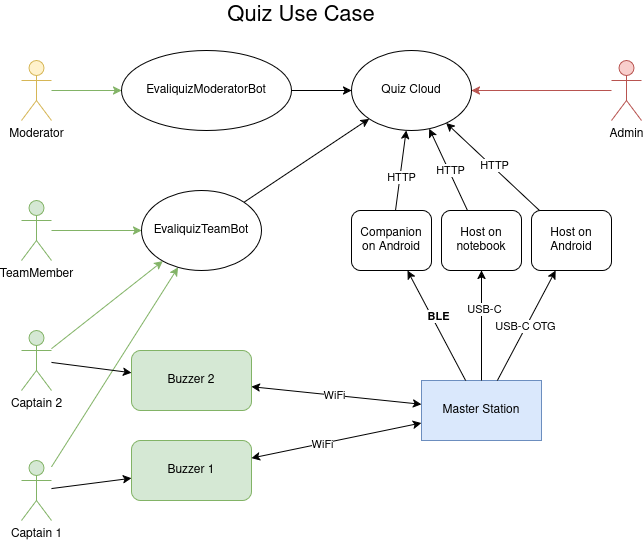
Above: diagrams/Evaliquiz-System.drawio.png in QuizClash/info-design (draw.io), before the change. Source tidied: cells renumbered, new cells last; positions are measured from the earlier drawing's top-left corner, leaving out a move shared by most shapes.
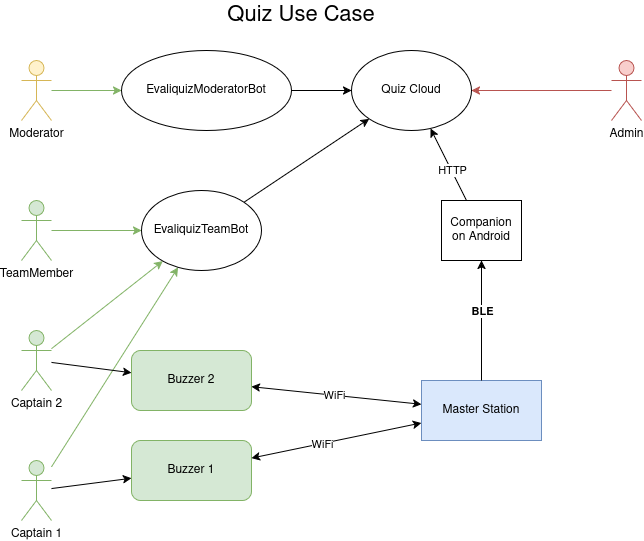
The same diagram one commit later.

What changed in the source:
```diff
@@ -44,8 +44,8 @@
     <mxCell id="15" style="endArrow=classic;html=1;rounded=0;fillColor=#d5e8d4;strokeColor=#82b366;" parent="1" edge="1" source="14" target="5">
       <mxGeometry relative="1" as="geometry" />
     </mxCell>
-    <mxCell id="16" value="&lt;div&gt;Companion&lt;/div&gt;on Android" style="rounded=1;whiteSpace=wrap;html=1;" parent="1" vertex="1">
-      <mxGeometry x="330" y="210" width="80" height="60" as="geometry" />
+    <mxCell id="16" value="&lt;div&gt;Companion&lt;/div&gt;on Android" style="rounded=1;whiteSpace=wrap;html=1;arcSize=0;" parent="1" vertex="1">
+      <mxGeometry x="420" y="200" width="80" height="60" as="geometry" />
     </mxCell>
     <mxCell id="17" style="endArrow=classic;html=1;rounded=0;fontStyle=1;" parent="1" edge="1" source="4" target="16">
       <mxGeometry relative="1" as="geometry" />
@@ -88,36 +88,6 @@
     <mxCell id="29" style="endArrow=classic;html=1;rounded=0;" parent="1" edge="1" source="28" target="24">
       <mxGeometry relative="1" as="geometry" />
     </mxCell>
-    <mxCell id="30" value="&lt;div&gt;Host on&lt;/div&gt;&lt;div&gt;notebook&lt;/div&gt;" style="rounded=1;whiteSpace=wrap;html=1;" parent="1" vertex="1">
-      <mxGeometry x="420" y="210" width="80" height="60" as="geometry" />
-    </mxCell>
-    <mxCell id="31" style="endArrow=classic;html=1;rounded=0;" parent="1" edge="1" source="4" target="30">
-      <mxGeometry relative="1" as="geometry" />
-    </mxCell>
-    <mxCell id="32" value="USB-C" style="edgeLabel;html=1;align=center;verticalAlign=middle;" parent="31" vertex="1">
-      <mxGeometry x="0.3" y="-2" relative="1" as="geometry" />
-    </mxCell>
-    <mxCell id="33" style="endArrow=classic;html=1;rounded=0;" parent="1" edge="1" source="30" target="24">
-      <mxGeometry relative="1" as="geometry" />
-    </mxCell>
-    <mxCell id="34" value="HTTP" style="edgeLabel;html=1;align=center;verticalAlign=middle;" parent="33" vertex="1">
-      <mxGeometry x="-0.03" y="-1" relative="1" as="geometry" />
-    </mxCell>
-    <mxCell id="35" value="&lt;div&gt;Host on&lt;/div&gt;&lt;div&gt;Android&lt;/div&gt;" style="rounded=1;whiteSpace=wrap;html=1;" parent="1" vertex="1">
-      <mxGeometry x="510" y="210" width="80" height="60" as="geometry" />
-    </mxCell>
-    <mxCell id="36" style="endArrow=classic;html=1;rounded=0;" parent="1" edge="1" source="4" target="35">
-      <mxGeometry relative="1" as="geometry" />
-    </mxCell>
-    <mxCell id="37" value="USB-C OTG" style="edgeLabel;html=1;align=center;verticalAlign=middle;" parent="36" vertex="1">
-      <mxGeometry x="-0.02" y="1" relative="1" as="geometry" />
-    </mxCell>
-    <mxCell id="38" style="endArrow=classic;html=1;rounded=0;" parent="1" edge="1" source="35" target="24">
-      <mxGeometry relative="1" as="geometry" />
-    </mxCell>
-    <mxCell id="39" value="HTTP" style="edgeLabel;html=1;align=center;verticalAlign=middle;" parent="38" vertex="1">
-      <mxGeometry x="0.01" y="-2" relative="1" as="geometry" />
-    </mxCell>
     <mxCell id="40" value="TeamMember" style="shape=umlActor;verticalLabelPosition=bottom;verticalAlign=top;html=1;outlineConnect=0;fillColor=#d5e8d4;strokeColor=#82b366;" parent="1" vertex="1">
       <mxGeometry y="200" width="30" height="60" as="geometry" />
     </mxCell>
```
